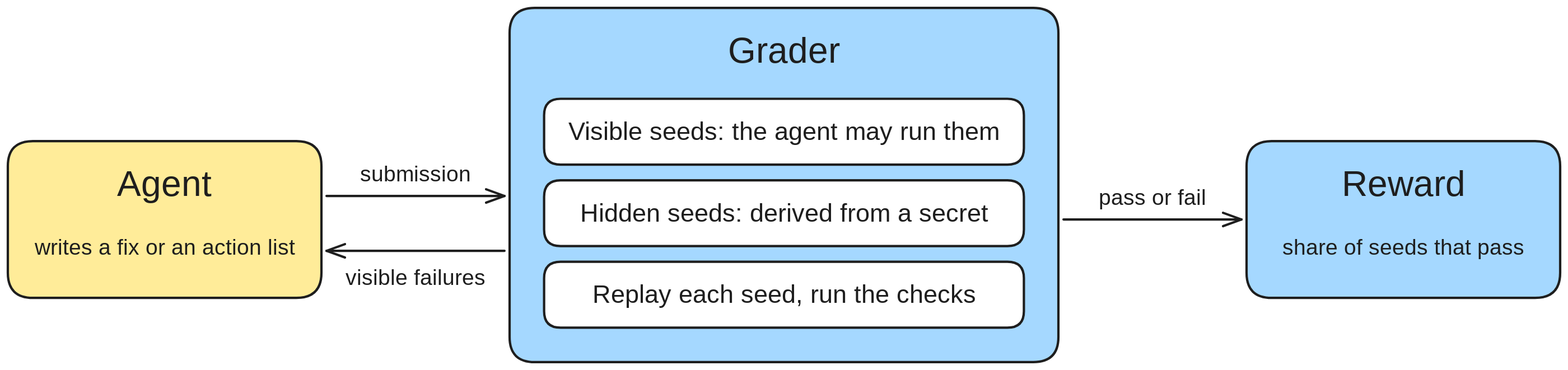
Before: site/docs/assets/diagrams/grader.svg, a diagram exported from Excalidraw (kunalgoesbyken/seedfall). Source tidied: one line per element, renumbered; positions are measured from the earlier drawing's top-left corner, leaving out a move shared by most shapes.
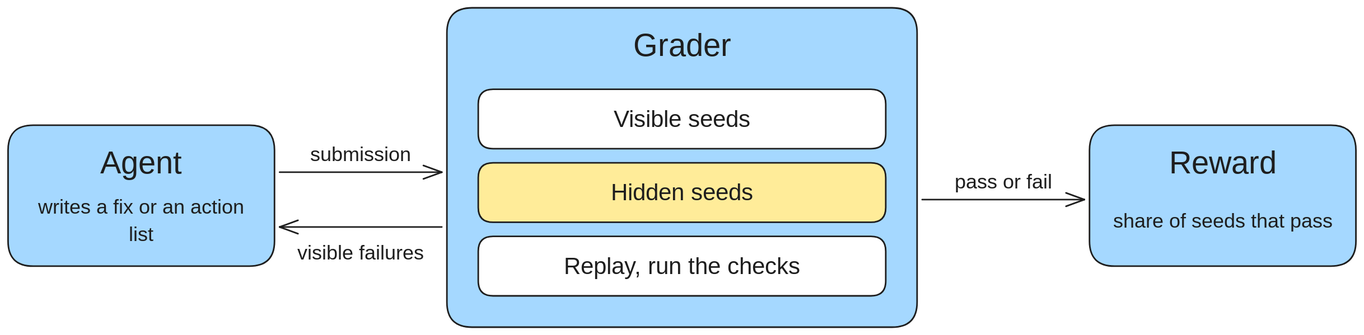
The same file after the commit.

Diff of the diagram source:
```diff
@@ -1,28 +1,28 @@
-{"id": 0, "type": "rectangle", "strokeColor": "#1e1e1e", "backgroundColor": "#ffec99", "fillStyle": "solid", "strokeWidth": 3, "roughness": 0, "round": true, "x": 0, "y": 170, "width": 400, "height": 200}
-{"id": 1, "type": "rectangle", "strokeColor": "transparent", "strokeWidth": 2, "roughness": 1, "x": 0, "y": 188, "width": 400, "height": 73}
-{"id": 2, "type": "rectangle", "strokeColor": "transparent", "strokeWidth": 2, "roughness": 1, "x": 20, "y": 260, "width": 360, "height": 92}
-{"id": 3, "type": "rectangle", "strokeColor": "#1e1e1e", "backgroundColor": "#a5d8ff", "fillStyle": "solid", "strokeWidth": 3, "roughness": 0, "round": true, "x": 640, "y": 0, "width": 700, "height": 452}
-{"id": 4, "type": "rectangle", "strokeColor": "transparent", "strokeWidth": 2, "roughness": 1, "x": 640, "y": 18, "width": 700, "height": 73}
-{"id": 5, "type": "rectangle", "strokeColor": "#1e1e1e", "backgroundColor": "#ffffff", "fillStyle": "solid", "strokeWidth": 3, "roughness": 0, "round": true, "x": 684, "y": 116, "width": 612, "height": 84}
-{"id": 6, "type": "rectangle", "strokeColor": "#1e1e1e", "backgroundColor": "#ffffff", "fillStyle": "solid", "strokeWidth": 3, "roughness": 0, "round": true, "x": 684, "y": 220, "width": 612, "height": 84}
-{"id": 7, "type": "rectangle", "strokeColor": "#1e1e1e", "backgroundColor": "#ffffff", "fillStyle": "solid", "strokeWidth": 3, "roughness": 0, "round": true, "x": 684, "y": 324, "width": 612, "height": 84}
-{"id": 8, "type": "rectangle", "strokeColor": "#1e1e1e", "backgroundColor": "#a5d8ff", "fillStyle": "solid", "strokeWidth": 3, "roughness": 0, "round": true, "x": 1580, "y": 170, "width": 400, "height": 200}
-{"id": 9, "type": "rectangle", "strokeColor": "transparent", "strokeWidth": 2, "roughness": 1, "x": 1580, "y": 188, "width": 400, "height": 73}
-{"id": 10, "type": "rectangle", "strokeColor": "transparent", "strokeWidth": 2, "roughness": 1, "x": 1600, "y": 260, "width": 360, "height": 92}
-{"id": 11, "type": "arrow", "strokeColor": "#1e1e1e", "strokeWidth": 3, "roughness": 0, "endArrowhead": "arrow", "x": 406, "y": 240, "width": 227, "height": 0, "points": [[0, 0], [227, 0]]}
-{"id": 12, "type": "rectangle", "strokeColor": "transparent", "strokeWidth": 2, "roughness": 1, "x": 320, "y": 188, "width": 400, "height": 48}
-{"id": 13, "type": "arrow", "strokeColor": "#1e1e1e", "strokeWidth": 3, "roughness": 0, "endArrowhead": "arrow", "x": 634, "y": 310, "width": 227, "height": 0, "points": [[0, 0], [-227, 0]]}
-{"id": 14, "type": "rectangle", "strokeColor": "transparent", "strokeWidth": 2, "roughness": 1, "x": 320, "y": 320, "width": 400, "height": 48}
-{"id": 15, "type": "arrow", "strokeColor": "#1e1e1e", "strokeWidth": 3, "roughness": 0, "endArrowhead": "arrow", "x": 1346, "y": 270, "width": 227, "height": 0, "points": [[0, 0], [227, 0]]}
-{"id": 16, "type": "rectangle", "strokeColor": "transparent", "strokeWidth": 2, "roughness": 1, "x": 1260, "y": 218, "width": 400, "height": 48}
+{"id": 28, "type": "rectangle", "strokeColor": "#1e1e1e", "backgroundColor": "#a5d8ff", "fillStyle": "solid", "strokeWidth": 2, "roughness": 0, "round": true, "x": 0, "y": 150, "width": 340, "height": 180}
+{"id": 29, "type": "rectangle", "strokeColor": "transparent", "strokeWidth": 2, "roughness": 1, "x": 0, "y": 166, "width": 340, "height": 64}
+{"id": 30, "type": "rectangle", "strokeColor": "transparent", "strokeWidth": 2, "roughness": 1, "x": 20, "y": 230, "width": 300, "height": 84}
+{"id": 31, "type": "rectangle", "strokeColor": "#1e1e1e", "backgroundColor": "#a5d8ff", "fillStyle": "solid", "strokeWidth": 2, "roughness": 0, "round": true, "x": 560, "y": 0, "width": 600, "height": 408}
+{"id": 32, "type": "rectangle", "strokeColor": "transparent", "strokeWidth": 2, "roughness": 1, "x": 560, "y": 16, "width": 600, "height": 64}
+{"id": 33, "type": "rectangle", "strokeColor": "#1e1e1e", "backgroundColor": "#ffffff", "fillStyle": "solid", "strokeWidth": 2, "roughness": 0, "round": true, "x": 600, "y": 104, "width": 520, "height": 76}
+{"id": 34, "type": "rectangle", "strokeColor": "#1e1e1e", "backgroundColor": "#ffec99", "fillStyle": "solid", "strokeWidth": 2, "roughness": 0, "round": true, "x": 600, "y": 198, "width": 520, "height": 76}
+{"id": 35, "type": "rectangle", "strokeColor": "#1e1e1e", "backgroundColor": "#ffffff", "fillStyle": "solid", "strokeWidth": 2, "roughness": 0, "round": true, "x": 600, "y": 292, "width": 520, "height": 76}
+{"id": 36, "type": "rectangle", "strokeColor": "#1e1e1e", "backgroundColor": "#a5d8ff", "fillStyle": "solid", "strokeWidth": 2, "roughness": 0, "round": true, "x": 1380, "y": 150, "width": 340, "height": 180}
+{"id": 37, "type": "rectangle", "strokeColor": "transparent", "strokeWidth": 2, "roughness": 1, "x": 1380, "y": 166, "width": 340, "height": 64}
+{"id": 38, "type": "rectangle", "strokeColor": "transparent", "strokeWidth": 2, "roughness": 1, "x": 1400, "y": 230, "width": 300, "height": 84}
+{"id": 39, "type": "arrow", "strokeColor": "#1e1e1e", "strokeWidth": 2, "roughness": 0, "endArrowhead": "arrow", "x": 346, "y": 210, "width": 207, "height": 0, "points": [[0, 0], [207, 0]]}
+{"id": 40, "type": "rectangle", "strokeColor": "transparent", "strokeWidth": 2, "roughness": 1, "x": 310, "y": 164, "width": 280, "height": 46}
+{"id": 41, "type": "arrow", "strokeColor": "#1e1e1e", "strokeWidth": 2, "roughness": 0, "endArrowhead": "arrow", "x": 554, "y": 280, "width": 207, "height": 0, "points": [[0, 0], [-207, 0]]}
+{"id": 42, "type": "rectangle", "strokeColor": "transparent", "strokeWidth": 2, "roughness": 1, "x": 310, "y": 290, "width": 280, "height": 46}
+{"id": 43, "type": "arrow", "strokeColor": "#1e1e1e", "strokeWidth": 2, "roughness": 0, "endArrowhead": "arrow", "x": 1166, "y": 245, "width": 207, "height": 0, "points": [[0, 0], [207, 0]]}
+{"id": 44, "type": "rectangle", "strokeColor": "transparent", "strokeWidth": 2, "roughness": 1, "x": 1130, "y": 199, "width": 280, "height": 46}
-{"id": 17, "type": "text", "text": "Agent", "strokeColor": "#1e1e1e", "strokeWidth": 2, "roughness": 1, "fontSize": 46, "fontFamily": 6, "textAlign": "center", "verticalAlign": "middle", "inside": 1, "x": 139, "y": 193, "width": 122, "height": 62}
+{"id": 17, "type": "text", "text": "Agent", "strokeColor": "#1e1e1e", "strokeWidth": 2, "roughness": 1, "fontSize": 40, "fontFamily": 6, "textAlign": "center", "verticalAlign": "middle", "inside": 29, "x": 117, "y": 171, "width": 106, "height": 54}
-{"id": 18, "type": "text", "text": "writes a fix or an action list", "strokeColor": "#1e1e1e", "strokeWidth": 2, "roughness": 1, "fontSize": 28, "fontFamily": 6, "textAlign": "center", "verticalAlign": "middle", "inside": 2, "x": 36, "y": 287, "width": 328, "height": 38}
+{"id": 18, "type": "text", "text": "writes a fix or an action\nlist", "strokeColor": "#1e1e1e", "strokeWidth": 2, "roughness": 1, "fontSize": 26, "fontFamily": 6, "textAlign": "center", "verticalAlign": "middle", "inside": 30, "x": 37, "y": 237, "width": 265, "height": 70}
-{"id": 19, "type": "text", "text": "Grader", "strokeColor": "#1e1e1e", "strokeWidth": 2, "roughness": 1, "fontSize": 46, "fontFamily": 6, "textAlign": "center", "verticalAlign": "middle", "inside": 4, "x": 921, "y": 23, "width": 138, "height": 62}
+{"id": 19, "type": "text", "text": "Grader", "strokeColor": "#1e1e1e", "strokeWidth": 2, "roughness": 1, "fontSize": 40, "fontFamily": 6, "textAlign": "center", "verticalAlign": "middle", "inside": 32, "x": 800, "y": 21, "width": 120, "height": 54}
-{"id": 20, "type": "text", "text": "Visible seeds: the agent may run them", "strokeColor": "#1e1e1e", "strokeWidth": 2, "roughness": 1, "fontSize": 32, "fontFamily": 6, "textAlign": "center", "verticalAlign": "middle", "inside": 5, "x": 721, "y": 136, "width": 538, "height": 43}
-{"id": 21, "type": "text", "text": "Hidden seeds: derived from a secret", "strokeColor": "#1e1e1e", "strokeWidth": 2, "roughness": 1, "fontSize": 32, "fontFamily": 6, "textAlign": "center", "verticalAlign": "middle", "inside": 6, "x": 737, "y": 240, "width": 505, "height": 43}
-{"id": 22, "type": "text", "text": "Replay each seed, run the checks", "strokeColor": "#1e1e1e", "strokeWidth": 2, "roughness": 1, "fontSize": 32, "fontFamily": 6, "textAlign": "center", "verticalAlign": "middle", "inside": 7, "x": 759, "y": 344, "width": 463, "height": 43}
+{"id": 45, "type": "text", "text": "Visible seeds", "strokeColor": "#1e1e1e", "strokeWidth": 2, "roughness": 1, "fontSize": 30, "fontFamily": 6, "textAlign": "center", "verticalAlign": "middle", "inside": 33, "x": 775, "y": 122, "width": 169, "height": 40}
+{"id": 46, "type": "text", "text": "Hidden seeds", "strokeColor": "#1e1e1e", "strokeWidth": 2, "roughness": 1, "fontSize": 30, "fontFamily": 6, "textAlign": "center", "verticalAlign": "middle", "inside": 34, "x": 770, "y": 216, "width": 179, "height": 40}
+{"id": 47, "type": "text", "text": "Replay, run the checks", "strokeColor": "#1e1e1e", "strokeWidth": 2, "roughness": 1, "fontSize": 30, "fontFamily": 6, "textAlign": "center", "verticalAlign": "middle", "inside": 35, "x": 714, "y": 310, "width": 292, "height": 40}
-{"id": 23, "type": "text", "text": "Reward", "strokeColor": "#1e1e1e", "strokeWidth": 2, "roughness": 1, "fontSize": 46, "fontFamily": 6, "textAlign": "center", "verticalAlign": "middle", "inside": 9, "x": 1705, "y": 193, "width": 149, "height": 62}
+{"id": 23, "type": "text", "text": "Reward", "strokeColor": "#1e1e1e", "strokeWidth": 2, "roughness": 1, "fontSize": 40, "fontFamily": 6, "textAlign": "center", "verticalAlign": "middle", "inside": 37, "x": 1485, "y": 171, "width": 130, "height": 54}
-{"id": 24, "type": "text", "text": "share of seeds that pass", "strokeColor": "#1e1e1e", "strokeWidth": 2, "roughness": 1, "fontSize": 28, "fontFamily": 6, "textAlign": "center", "verticalAlign": "middle", "inside": 10, "x": 1633, "y": 287, "width": 294, "height": 38}
+{"id": 24, "type": "text", "text": "share of seeds that pass", "strokeColor": "#1e1e1e", "strokeWidth": 2, "roughness": 1, "fontSize": 26, "fontFamily": 6, "textAlign": "center", "verticalAlign": "middle", "inside": 38, "x": 1413, "y": 254, "width": 273, "height": 35}
-{"id": 25, "type": "text", "text": "submission", "strokeColor": "#1e1e1e", "strokeWidth": 2, "roughness": 1, "fontSize": 28, "fontFamily": 6, "textAlign": "center", "verticalAlign": "middle", "inside": 12, "x": 451, "y": 193, "width": 138, "height": 38}
+{"id": 25, "type": "text", "text": "submission", "strokeColor": "#1e1e1e", "strokeWidth": 2, "roughness": 1, "fontSize": 26, "fontFamily": 6, "textAlign": "center", "verticalAlign": "middle", "inside": 40, "x": 386, "y": 169, "width": 128, "height": 35}
-{"id": 26, "type": "text", "text": "visible failures", "strokeColor": "#1e1e1e", "strokeWidth": 2, "roughness": 1, "fontSize": 28, "fontFamily": 6, "textAlign": "center", "verticalAlign": "middle", "inside": 14, "x": 434, "y": 325, "width": 173, "height": 38}
+{"id": 26, "type": "text", "text": "visible failures", "strokeColor": "#1e1e1e", "strokeWidth": 2, "roughness": 1, "fontSize": 26, "fontFamily": 6, "textAlign": "center", "verticalAlign": "middle", "inside": 42, "x": 370, "y": 295, "width": 160, "height": 35}
-{"id": 27, "type": "text", "text": "pass or fail", "strokeColor": "#1e1e1e", "strokeWidth": 2, "roughness": 1, "fontSize": 28, "fontFamily": 6, "textAlign": "center", "verticalAlign": "middle", "inside": 16, "x": 1394, "y": 223, "width": 132, "height": 38}
+{"id": 27, "type": "text", "text": "pass or fail", "strokeColor": "#1e1e1e", "strokeWidth": 2, "roughness": 1, "fontSize": 26, "fontFamily": 6, "textAlign": "center", "verticalAlign": "middle", "inside": 44, "x": 1209, "y": 204, "width": 123, "height": 35}
```
